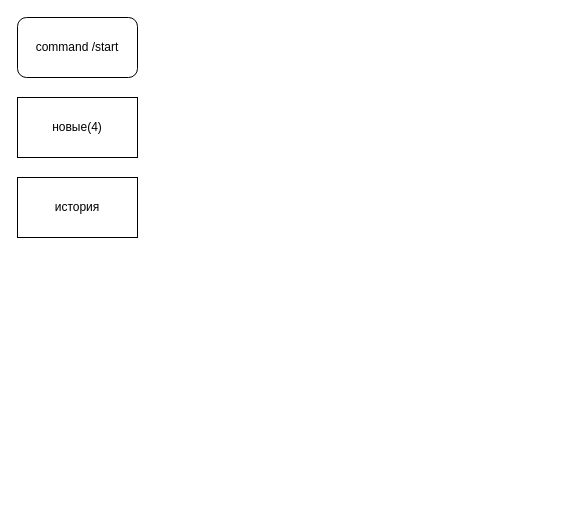
KmvRoman/Diagrams keeps this draw.io diagram as page "Страница — 2" (2 of 3) of match.drawio. Above is the earlier version. Source tidied: cells renumbered, new cells numbered last; positions are measured from the earlier drawing's top-left corner, leaving out a move shared by most shapes. Both pictures are drawn from the tidied source at 100%, with x=0, y=0 at pixel (17, 17).
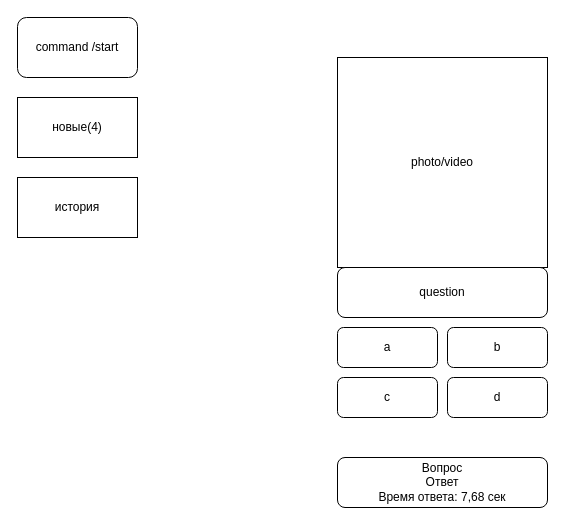
Above is the later version.

What changed in the source:
```diff
@@
 <mxGraphModel>
   <root>
     <mxCell id="0" />
     <mxCell id="1" parent="0" />
     <mxCell id="2" value="новые(4)" style="rounded=0;whiteSpace=wrap;html=1;" parent="1" vertex="1">
       <mxGeometry y="80" width="120" height="60" as="geometry" />
     </mxCell>
     <mxCell id="3" value="история" style="rounded=0;whiteSpace=wrap;html=1;" parent="1" vertex="1">
       <mxGeometry y="160" width="120" height="60" as="geometry" />
     </mxCell>
     <mxCell id="4" value="command /start" style="rounded=1;whiteSpace=wrap;html=1;" parent="1" vertex="1">
       <mxGeometry width="120" height="60" as="geometry" />
     </mxCell>
+    <mxCell id="5" value="photo/video" style="whiteSpace=wrap;html=1;" parent="1" vertex="1">
+      <mxGeometry x="320" y="40" width="210" height="210" as="geometry" />
+    </mxCell>
+    <mxCell id="6" value="question" style="rounded=1;whiteSpace=wrap;html=1;" parent="1" vertex="1">
+      <mxGeometry x="320" y="250" width="210" height="50" as="geometry" />
+    </mxCell>
+    <mxCell id="7" value="a" style="rounded=1;whiteSpace=wrap;html=1;" parent="1" vertex="1">
+      <mxGeometry x="320" y="310" width="100" height="40" as="geometry" />
+    </mxCell>
+    <mxCell id="8" value="b" style="rounded=1;whiteSpace=wrap;html=1;" parent="1" vertex="1">
+      <mxGeometry x="430" y="310" width="100" height="40" as="geometry" />
+    </mxCell>
+    <mxCell id="9" value="c" style="rounded=1;whiteSpace=wrap;html=1;" parent="1" vertex="1">
+      <mxGeometry x="320" y="360" width="100" height="40" as="geometry" />
+    </mxCell>
+    <mxCell id="10" value="d" style="rounded=1;whiteSpace=wrap;html=1;" parent="1" vertex="1">
+      <mxGeometry x="430" y="360" width="100" height="40" as="geometry" />
+    </mxCell>
+    <mxCell id="11" value="Вопрос&lt;div&gt;Ответ&lt;/div&gt;&lt;div&gt;Время ответа: 7,68 сек&lt;/div&gt;" style="rounded=1;whiteSpace=wrap;html=1;" parent="1" vertex="1">
+      <mxGeometry x="320" y="440" width="210" height="50" as="geometry" />
+    </mxCell>
   </root>
 </mxGraphModel>
```
